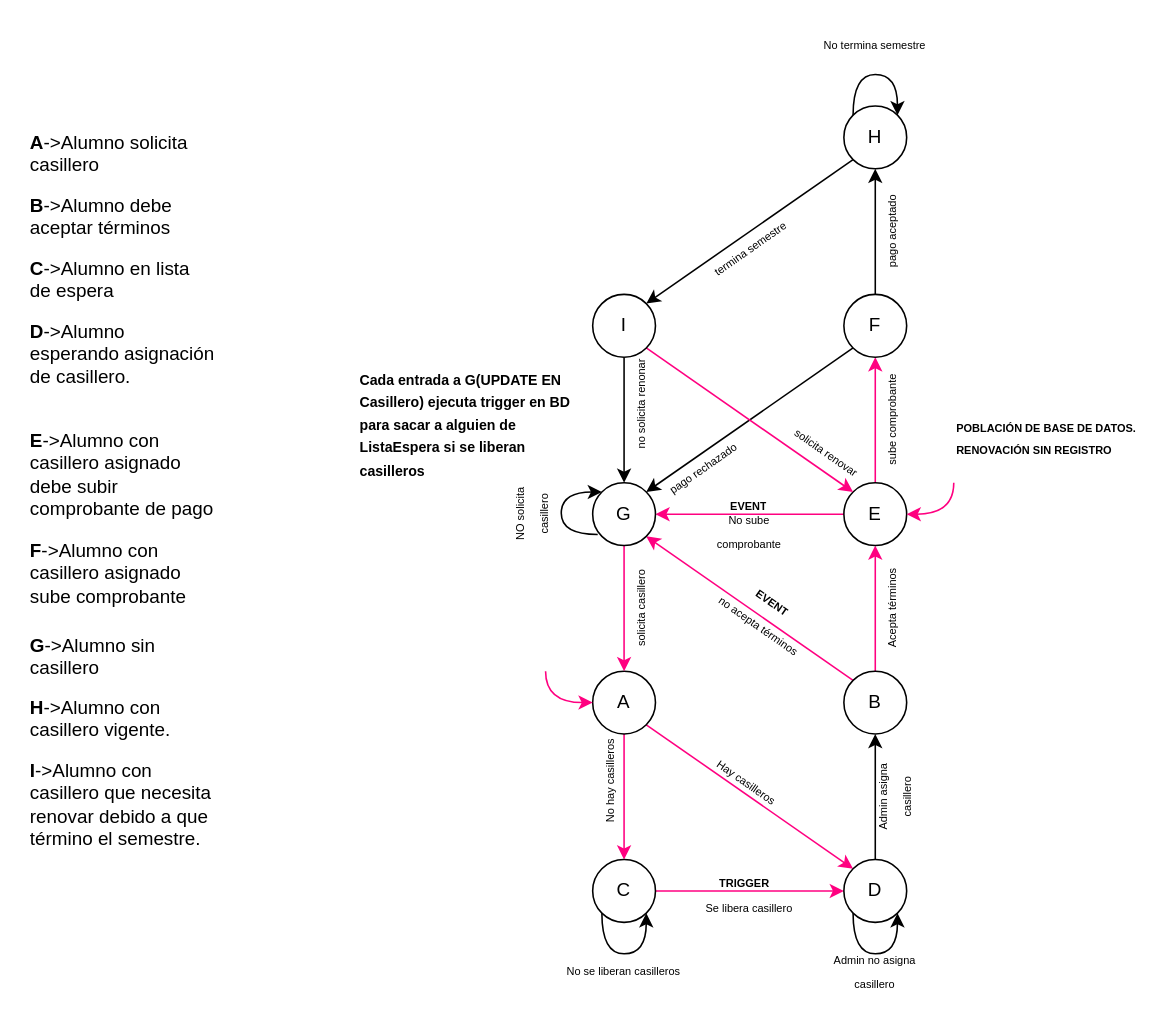
Before: page "sistema-locker" (7 of 8) of db/diagramasBD.drawio in yaeef/Proyecto-locker, a draw.io diagram. Source tidied: cells renumbered, new cells numbered last; positions are measured from the earlier drawing's top-left corner, leaving out a move shared by most shapes. Both pictures are drawn from the tidied source at 157%, with x=0, y=0 at pixel (27, 27).
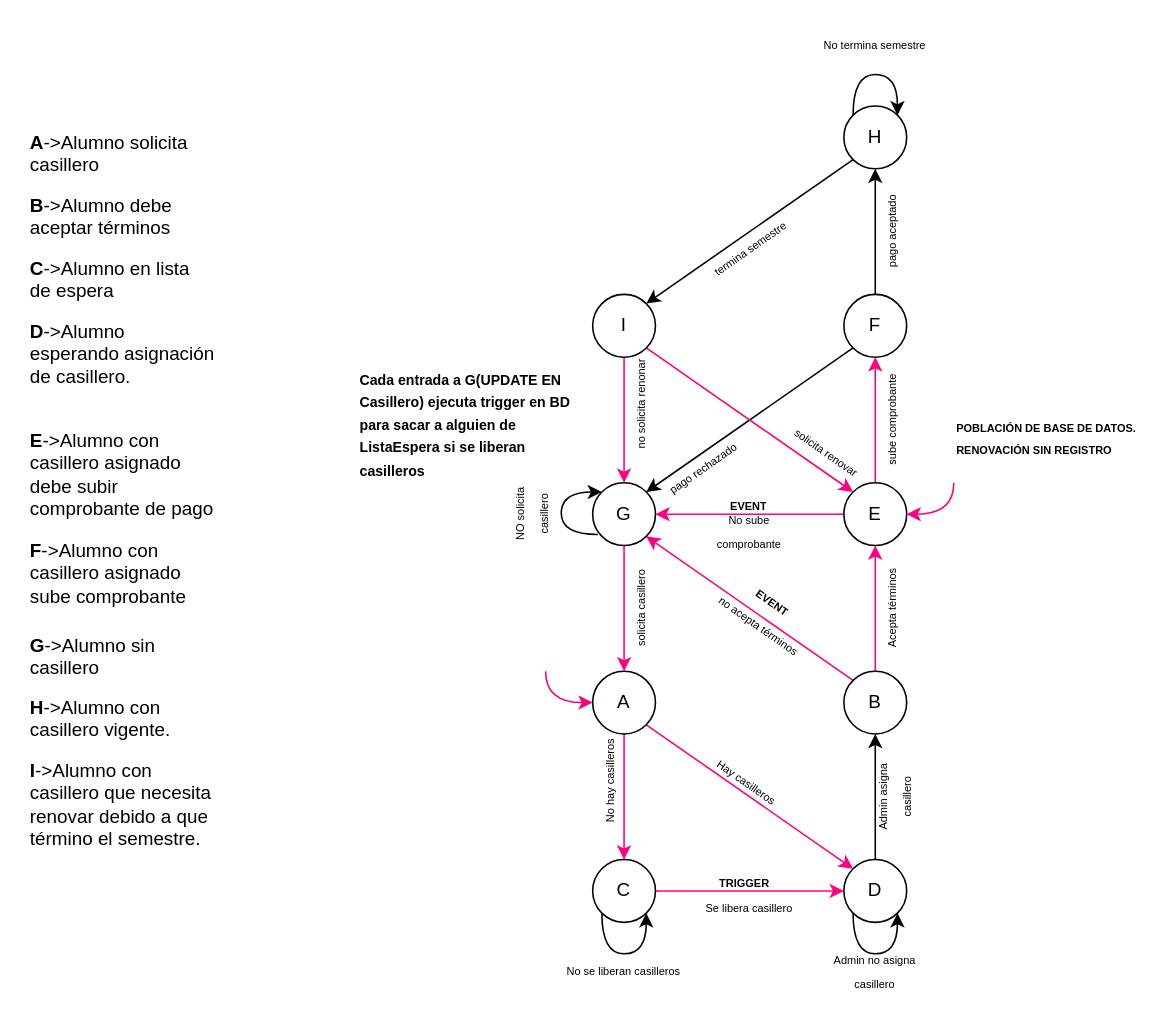
Above is the later version.

The change refers to these unchanged cells:
```xml
<mxCell id="25" value="G" style="ellipse;whiteSpace=wrap;html=1;" parent="1" vertex="1">
  <mxGeometry x="360" y="290" width="40" height="40" as="geometry" />
</mxCell>
<mxCell id="33" value="I" style="ellipse;whiteSpace=wrap;html=1;" parent="1" vertex="1">
  <mxGeometry x="360" y="170" width="40" height="40" as="geometry" />
</mxCell>
```

Diff of the diagram source:
```diff
@@
-    <mxCell id="31" style="edgeStyle=orthogonalEdgeStyle;rounded=0;jettySize=auto;html=1;exitX=0.5;exitY=1;exitDx=0;exitDy=0;entryX=0.5;entryY=0;entryDx=0;entryDy=0;" parent="1" edge="1" source="33" target="25">
+    <mxCell id="31" style="edgeStyle=orthogonalEdgeStyle;rounded=0;jettySize=auto;html=1;exitX=0.5;exitY=1;exitDx=0;exitDy=0;entryX=0.5;entryY=0;entryDx=0;entryDy=0;strokeColor=#FF0080;" parent="1" edge="1" source="33" target="25">
       <mxGeometry relative="1" as="geometry" />
     </mxCell>
```
